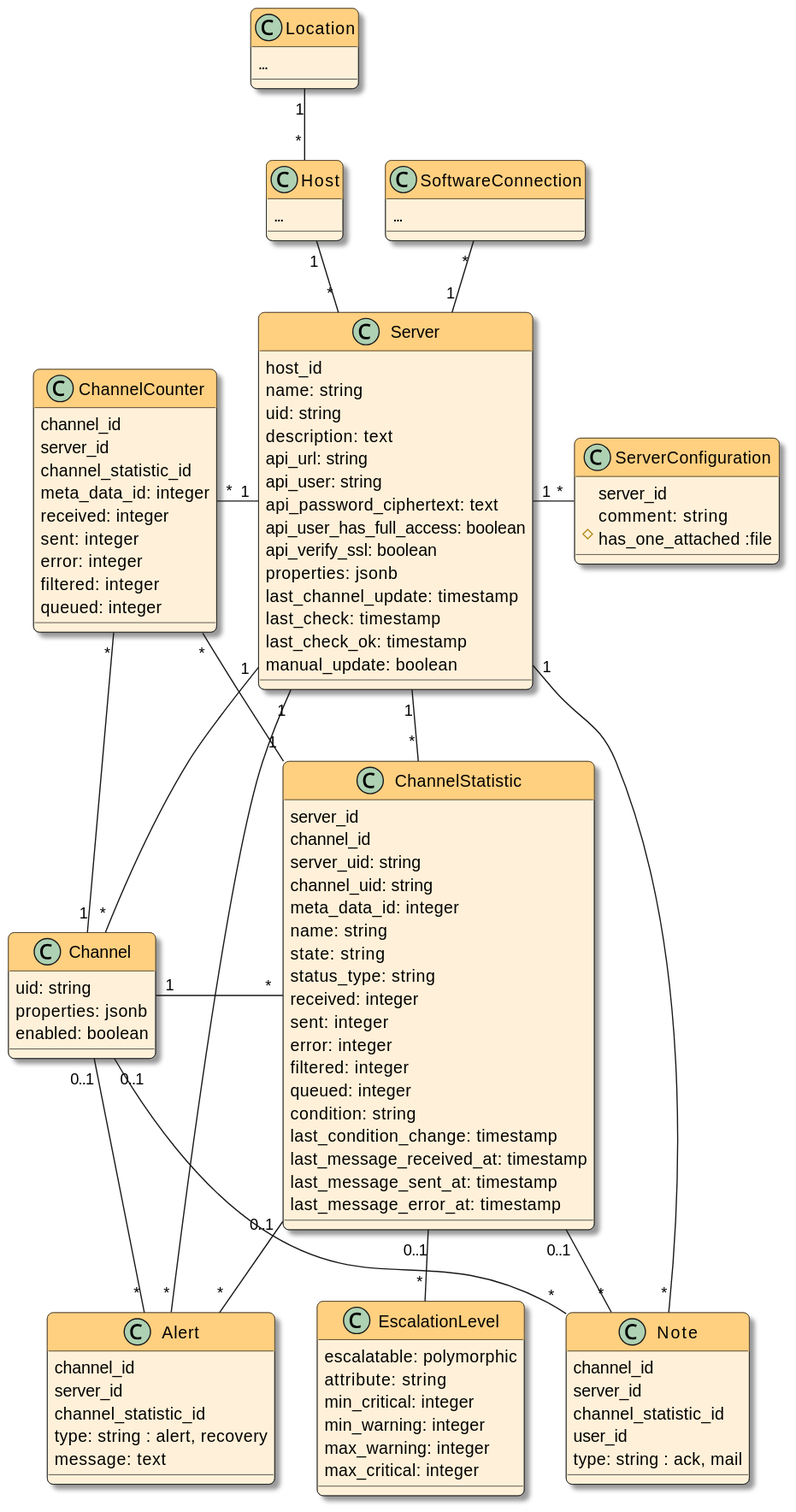
Before: docs/devnotes/_images/models.svg, a diagram exported from PlantUML (swobspace/mirco).
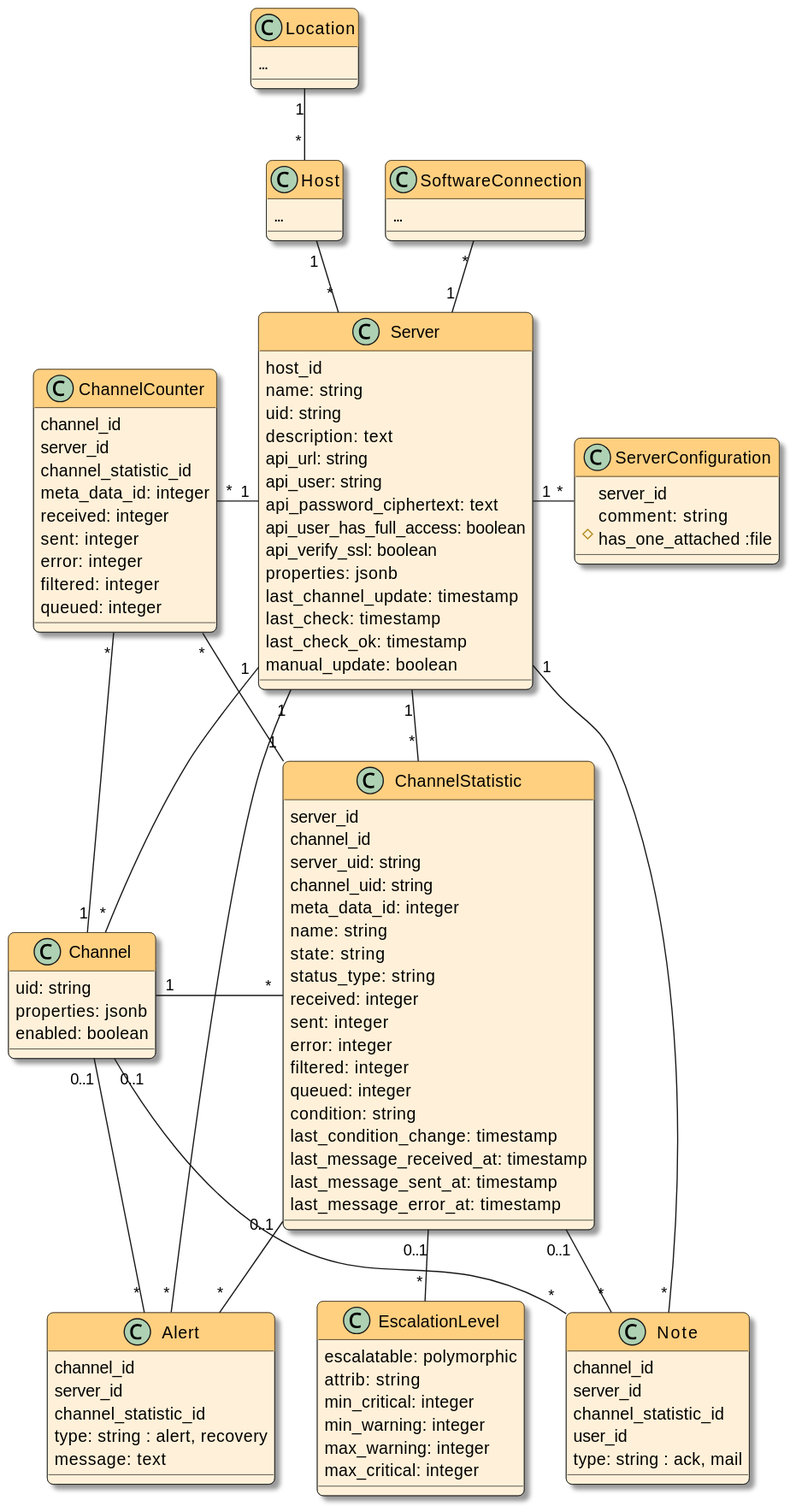
The same diagram one commit later.

What changed in the source:
```diff
@@ -93,7 +93,7 @@
 
 class EscalationLevel {
   escalatable: polymorphic
-  attribute: string
+  attrib: string
   min_critical: integer
   min_warning: integer
   max_warning: integer
```
